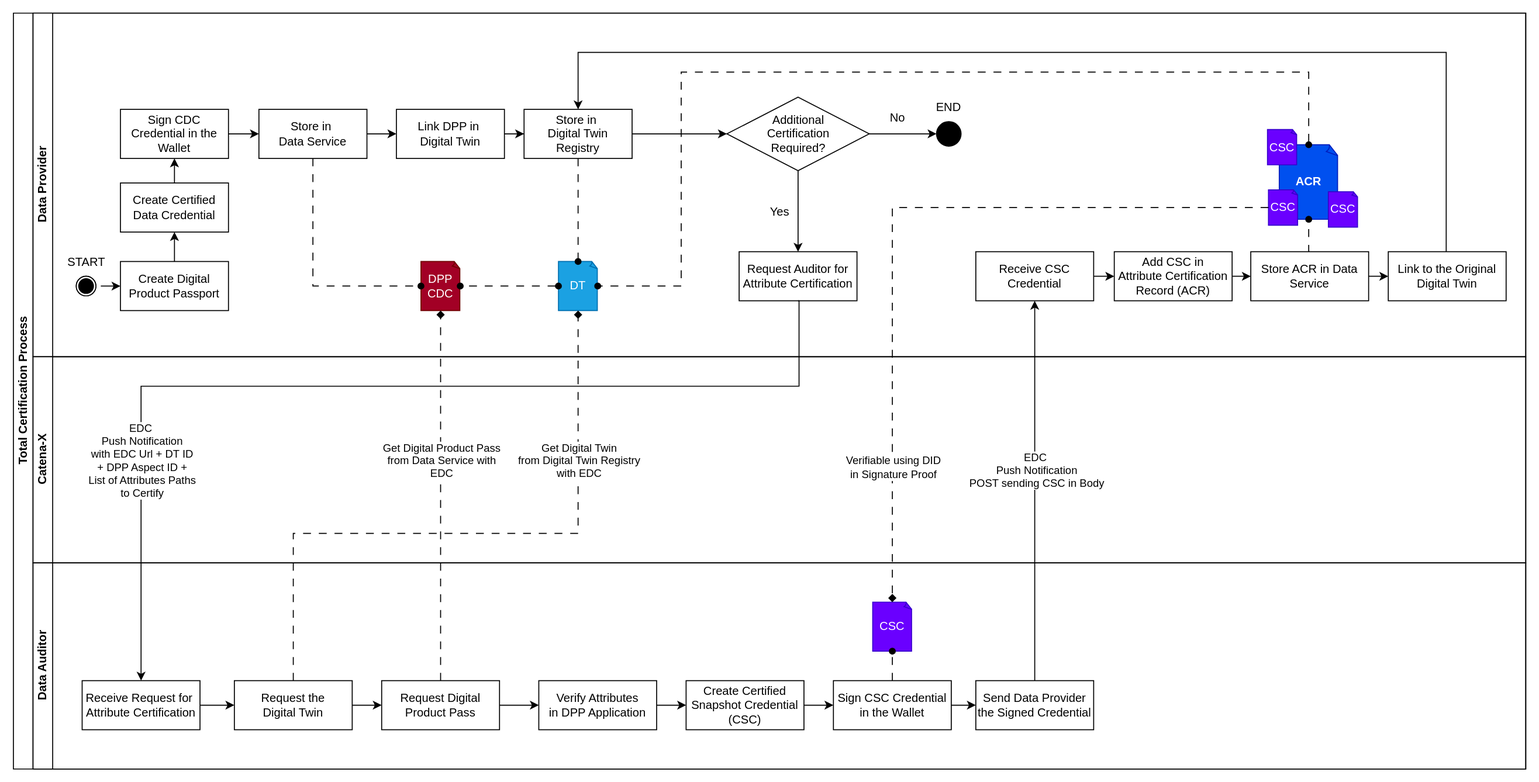
eclipse-tractusx/digital-product-pass keeps this draw.io diagram as dpp-verification/resources/processes/cdc-csc-workflow.svg. Above is the earlier version. Source tidied: cells renumbered, new cells last; positions are measured from the earlier drawing's top-left corner, leaving out a move shared by most shapes.
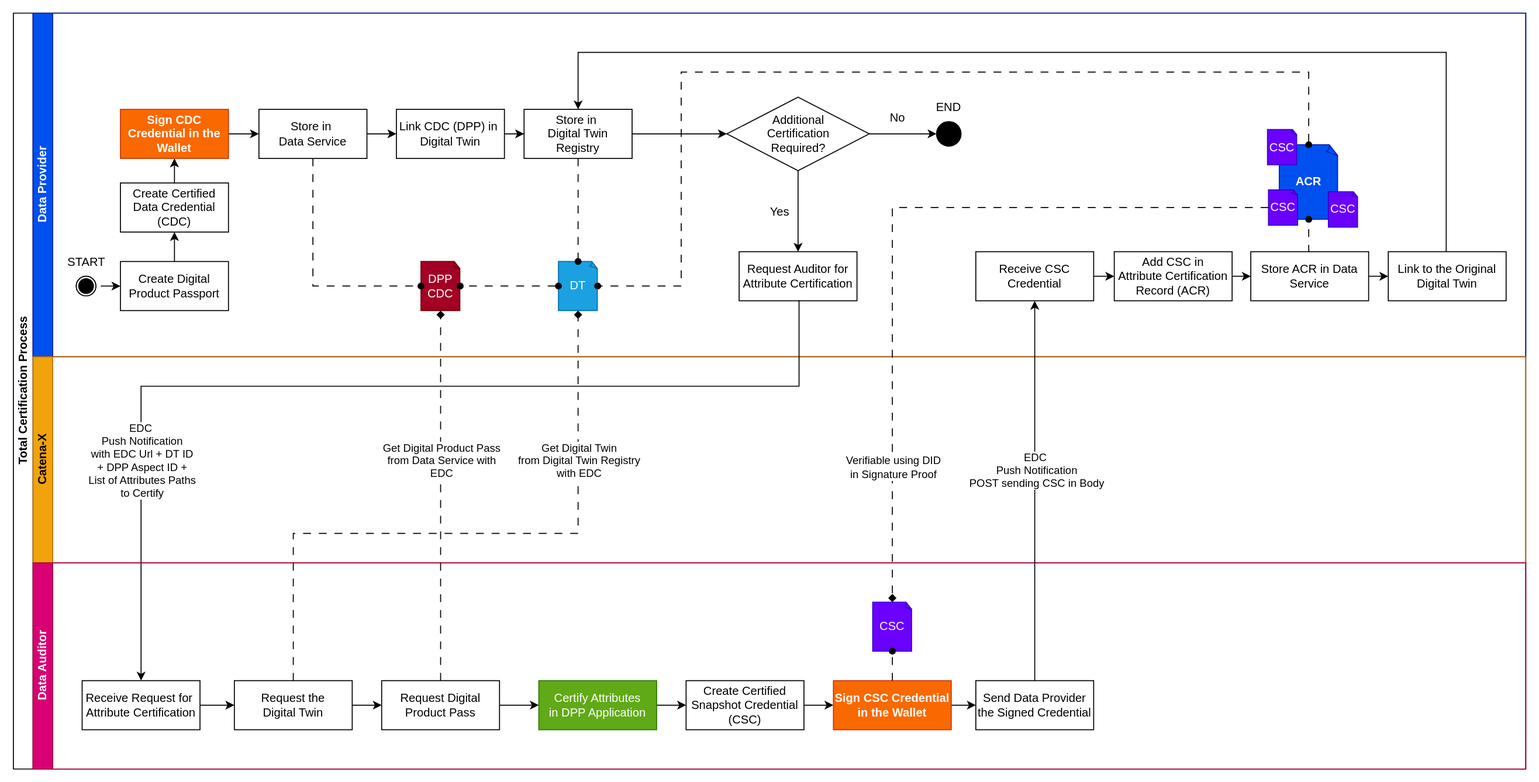
The same file after the commit.

What changed in the source:
```diff
@@ -5,7 +5,7 @@
     <mxCell id="2" value="Total Certification Process" style="swimlane;html=1;horizontal=0;startSize=20;" parent="1" vertex="1">
       <mxGeometry width="1540" height="770" as="geometry" />
     </mxCell>
-    <mxCell id="3" value="Data Provider" style="swimlane;html=1;startSize=20;horizontal=0;" parent="2" vertex="1">
+    <mxCell id="3" value="Data Provider" style="swimlane;html=1;startSize=20;horizontal=0;fillColor=#0050ef;fontColor=#ffffff;strokeColor=#001DBC;" parent="2" vertex="1">
       <mxGeometry x="20" width="1520" height="350" as="geometry" />
     </mxCell>
     <mxCell id="4" style="edgeStyle=orthogonalEdgeStyle;rounded=0;jettySize=auto;html=1;exitX=0.5;exitY=0;exitDx=0;exitDy=0;entryX=0.5;entryY=1;entryDx=0;entryDy=0;" parent="3" edge="1" source="5" target="45">
@@ -25,7 +25,7 @@
     <mxCell id="8" style="edgeStyle=orthogonalEdgeStyle;rounded=0;jettySize=auto;html=1;exitX=1;exitY=0.5;exitDx=0;exitDy=0;" parent="3" edge="1" source="9" target="36">
       <mxGeometry relative="1" as="geometry" />
     </mxCell>
-    <mxCell id="9" value="Link DPP in&amp;nbsp;&lt;div&gt;Digital Twin&lt;/div&gt;" style="html=1;whiteSpace=wrap;" parent="3" vertex="1">
+    <mxCell id="9" value="Link CDC (DPP) in&amp;nbsp;&lt;div&gt;Digital Twin&lt;/div&gt;" style="html=1;whiteSpace=wrap;" parent="3" vertex="1">
       <mxGeometry x="370" y="98" width="110" height="50" as="geometry" />
     </mxCell>
     <mxCell id="10" style="edgeStyle=orthogonalEdgeStyle;rounded=0;jettySize=auto;html=1;exitX=0.5;exitY=1;exitDx=0;exitDy=0;entryX=0.5;entryY=0;entryDx=0;entryDy=0;" parent="3" edge="1" source="14" target="18">
@@ -144,16 +144,16 @@
     <mxCell id="44" style="edgeStyle=orthogonalEdgeStyle;rounded=0;jettySize=auto;html=1;exitX=0.5;exitY=0;exitDx=0;exitDy=0;" parent="3" edge="1" source="45" target="47">
       <mxGeometry relative="1" as="geometry" />
     </mxCell>
-    <mxCell id="45" value="Create Certified Data Credential" style="html=1;whiteSpace=wrap;" parent="3" vertex="1">
+    <mxCell id="45" value="Create Certified Data Credential (CDC)" style="html=1;whiteSpace=wrap;" parent="3" vertex="1">
       <mxGeometry x="89" y="173" width="110" height="50" as="geometry" />
     </mxCell>
     <mxCell id="46" style="edgeStyle=orthogonalEdgeStyle;rounded=0;jettySize=auto;html=1;exitX=1;exitY=0.5;exitDx=0;exitDy=0;entryX=0;entryY=0.5;entryDx=0;entryDy=0;" parent="3" edge="1" source="47" target="16">
       <mxGeometry relative="1" as="geometry" />
     </mxCell>
-    <mxCell id="47" value="Sign CDC Credential in the Wallet" style="html=1;whiteSpace=wrap;" parent="3" vertex="1">
+    <mxCell id="47" value="&lt;b&gt;&lt;font color=&quot;#ffffff&quot;&gt;Sign CDC Credential in the Wallet&lt;/font&gt;&lt;/b&gt;" style="html=1;whiteSpace=wrap;fillColor=#fa6800;fontColor=#000000;strokeColor=#C73500;" parent="3" vertex="1">
       <mxGeometry x="89" y="98" width="110" height="50" as="geometry" />
     </mxCell>
-    <mxCell id="48" value="Catena-X" style="swimlane;html=1;startSize=20;horizontal=0;" parent="2" vertex="1">
+    <mxCell id="48" value="Catena-X" style="swimlane;html=1;startSize=20;horizontal=0;fillColor=#f0a30a;fontColor=#000000;strokeColor=#BD7000;" parent="2" vertex="1">
       <mxGeometry x="20" y="350" width="1520" height="210" as="geometry" />
     </mxCell>
     <mxCell id="49" style="edgeStyle=orthogonalEdgeStyle;rounded=0;jettySize=auto;html=1;exitX=0.5;exitY=1;exitDx=0;exitDy=0;entryX=0.5;entryY=0;entryDx=0;entryDy=0;" parent="2" edge="1" source="18" target="53">
@@ -169,7 +169,7 @@
         <mxPoint x="-160" y="78" as="offset" />
       </mxGeometry>
     </mxCell>
-    <mxCell id="51" value="Data Auditor" style="swimlane;html=1;startSize=20;horizontal=0;" parent="2" vertex="1">
+    <mxCell id="51" value="Data Auditor" style="swimlane;html=1;startSize=20;horizontal=0;fillColor=#d80073;fontColor=#ffffff;strokeColor=#A50040;" parent="2" vertex="1">
       <mxGeometry x="20" y="560" width="1520" height="210" as="geometry" />
     </mxCell>
     <mxCell id="52" style="edgeStyle=orthogonalEdgeStyle;rounded=0;jettySize=auto;html=1;exitX=1;exitY=0.5;exitDx=0;exitDy=0;entryX=0;entryY=0.5;entryDx=0;entryDy=0;" parent="51" edge="1" source="53" target="55">
@@ -193,7 +193,7 @@
     <mxCell id="58" style="edgeStyle=orthogonalEdgeStyle;rounded=0;jettySize=auto;html=1;exitX=1;exitY=0.5;exitDx=0;exitDy=0;entryX=0;entryY=0.5;entryDx=0;entryDy=0;" parent="51" edge="1" source="59" target="61">
       <mxGeometry relative="1" as="geometry" />
     </mxCell>
-    <mxCell id="59" value="Verify Attributes&lt;div&gt;in DPP Application&lt;/div&gt;" style="html=1;whiteSpace=wrap;" parent="51" vertex="1">
+    <mxCell id="59" value="Certify Attributes&lt;div&gt;in DPP Application&lt;/div&gt;" style="html=1;whiteSpace=wrap;fillColor=#60a917;fontColor=#ffffff;strokeColor=#2D7600;" parent="51" vertex="1">
       <mxGeometry x="515" y="120" width="120" height="50" as="geometry" />
     </mxCell>
     <mxCell id="60" style="edgeStyle=orthogonalEdgeStyle;rounded=0;jettySize=auto;html=1;exitX=1;exitY=0.5;exitDx=0;exitDy=0;" parent="51" edge="1" source="61" target="63">
@@ -205,7 +205,7 @@
     <mxCell id="62" style="edgeStyle=orthogonalEdgeStyle;rounded=0;jettySize=auto;html=1;exitX=1;exitY=0.5;exitDx=0;exitDy=0;startArrow=none;startFill=0;" parent="51" edge="1" source="63" target="66">
       <mxGeometry relative="1" as="geometry" />
     </mxCell>
-    <mxCell id="63" value="Sign CSC Credential in the Wallet" style="html=1;whiteSpace=wrap;" parent="51" vertex="1">
+    <mxCell id="63" value="&lt;b&gt;Sign CSC Credential in the Wallet&lt;/b&gt;" style="html=1;whiteSpace=wrap;fillColor=#fa6800;fontColor=#FFFFFF;strokeColor=#C73500;" parent="51" vertex="1">
       <mxGeometry x="815" y="120" width="120" height="50" as="geometry" />
     </mxCell>
     <mxCell id="64" value="CSC" style="whiteSpace=wrap;html=1;shape=mxgraph.basic.document;fillColor=#6a00ff;fontColor=#ffffff;strokeColor=#3700CC;" parent="51" vertex="1">
```
